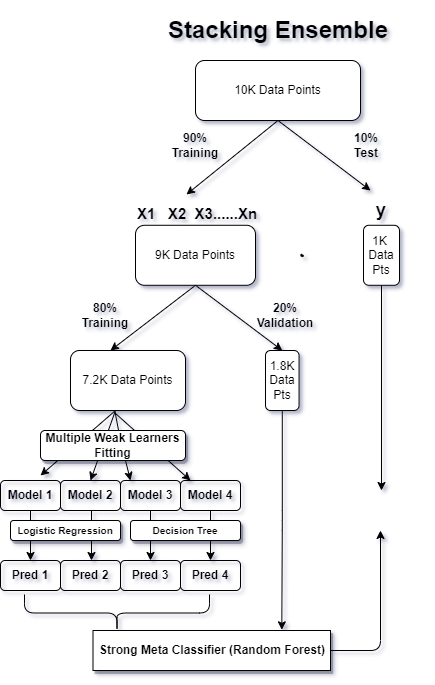
PBPatil/Stacking_ensemble keeps this draw.io diagram as Working of Manual Stacking Ensemble.drawio.png. Above is the earlier version. Source tidied: cells renumbered, new cells last; positions are measured from the earlier drawing's top-left corner, leaving out a move shared by most shapes.
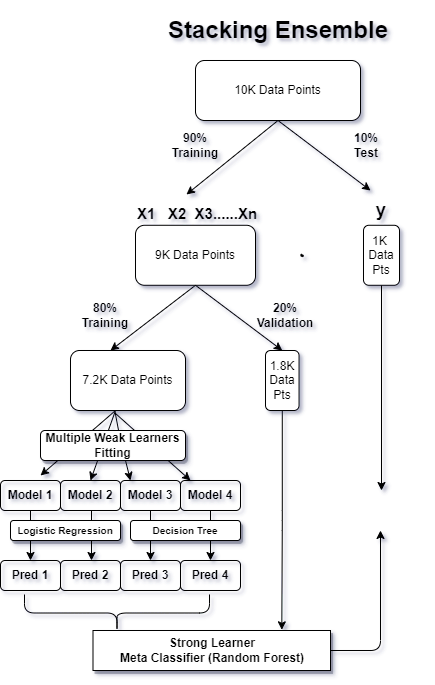
The same file after the commit.

Diff of the diagram source:
```diff
@@ -146,7 +146,7 @@
         <mxPoint x="380" y="510" as="targetPoint" />
       </mxGeometry>
     </mxCell>
-    <mxCell id="42" value="&lt;b&gt;Strong Meta Classifier (Random Forest)&lt;/b&gt;" style="rounded=0;whiteSpace=wrap;html=1;shadow=1;" parent="1" vertex="1">
+    <mxCell id="42" value="&lt;b&gt;Strong Learner&lt;br&gt;Meta Classifier (Random Forest)&lt;/b&gt;" style="rounded=0;whiteSpace=wrap;html=1;shadow=1;" parent="1" vertex="1">
       <mxGeometry x="92.5" y="610" width="237.5" height="40" as="geometry" />
     </mxCell>
   </root>
```
